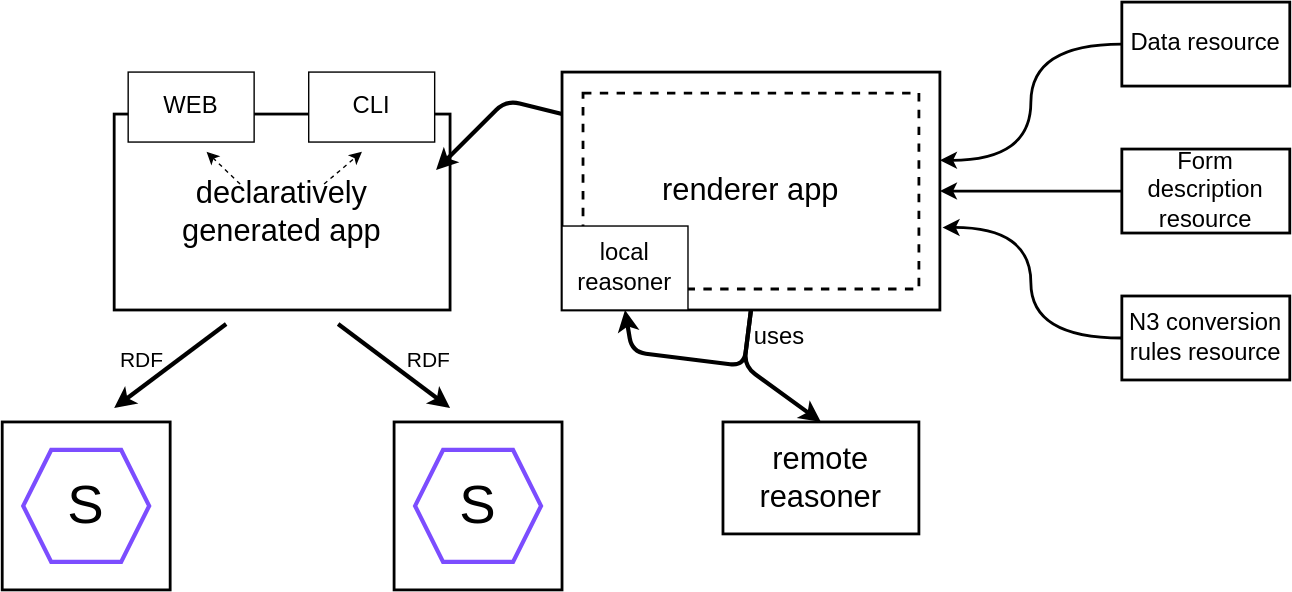
smessie/Article-ESWC2024-DFDP keeps this draw.io diagram as content/img/stage-2.svg. Above is the earlier version. Source tidied: cells renumbered, new cells last; positions are measured from the earlier drawing's top-left corner, leaving out a move shared by most shapes.
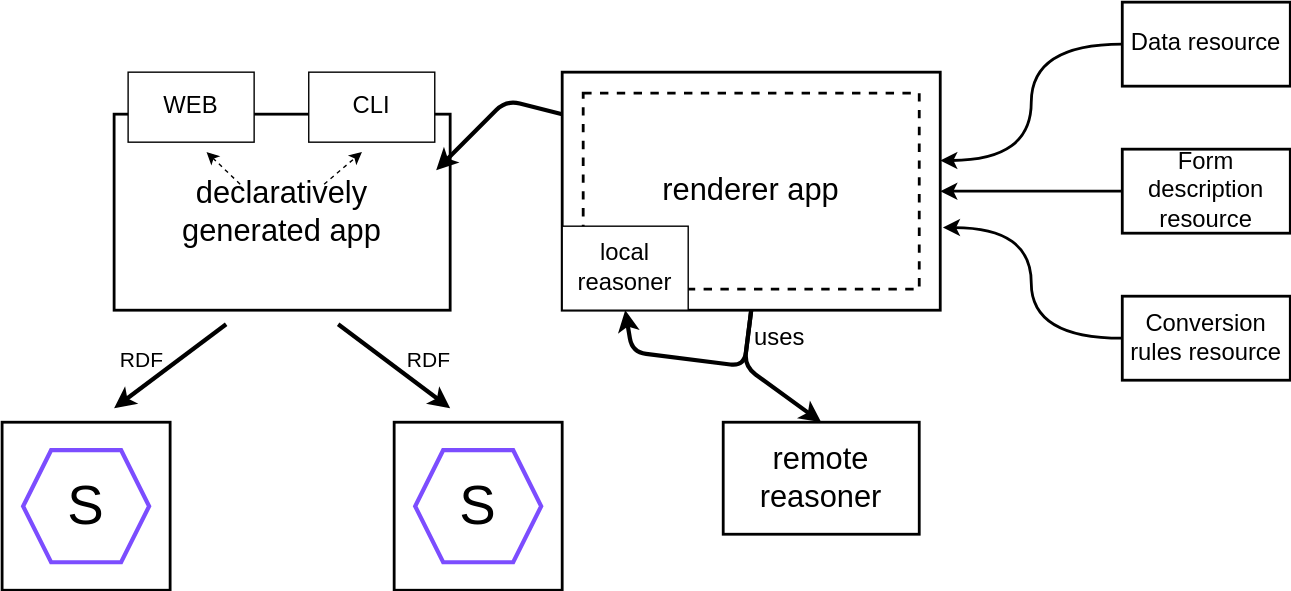
After the commit.

The edit, as a diff of the source:
```diff
@@ -65,7 +65,7 @@
     <mxCell id="18" style="edgeStyle=orthogonalEdgeStyle;jettySize=auto;html=1;entryX=1.007;entryY=0.653;entryDx=0;entryDy=0;entryPerimeter=0;curved=1;strokeWidth=2;" parent="1" edge="1" source="19" target="13">
       <mxGeometry relative="1" as="geometry" />
     </mxCell>
-    <mxCell id="19" value="&lt;font style=&quot;font-size: 17px;&quot;&gt;N3 conversion rules resource&lt;/font&gt;" style="rounded=0;whiteSpace=wrap;html=1;strokeWidth=2;" parent="1" vertex="1">
+    <mxCell id="19" value="&lt;font style=&quot;font-size: 17px;&quot;&gt;Conversion rules resource&lt;/font&gt;" style="rounded=0;whiteSpace=wrap;html=1;strokeWidth=2;" parent="1" vertex="1">
       <mxGeometry x="800" y="210" width="120" height="60" as="geometry" />
     </mxCell>
     <mxCell id="20" style="edgeStyle=orthogonalEdgeStyle;rounded=0;jettySize=auto;html=1;entryX=1;entryY=0.5;entryDx=0;entryDy=0;strokeWidth=2;" parent="1" edge="1" source="21" target="13">
```
